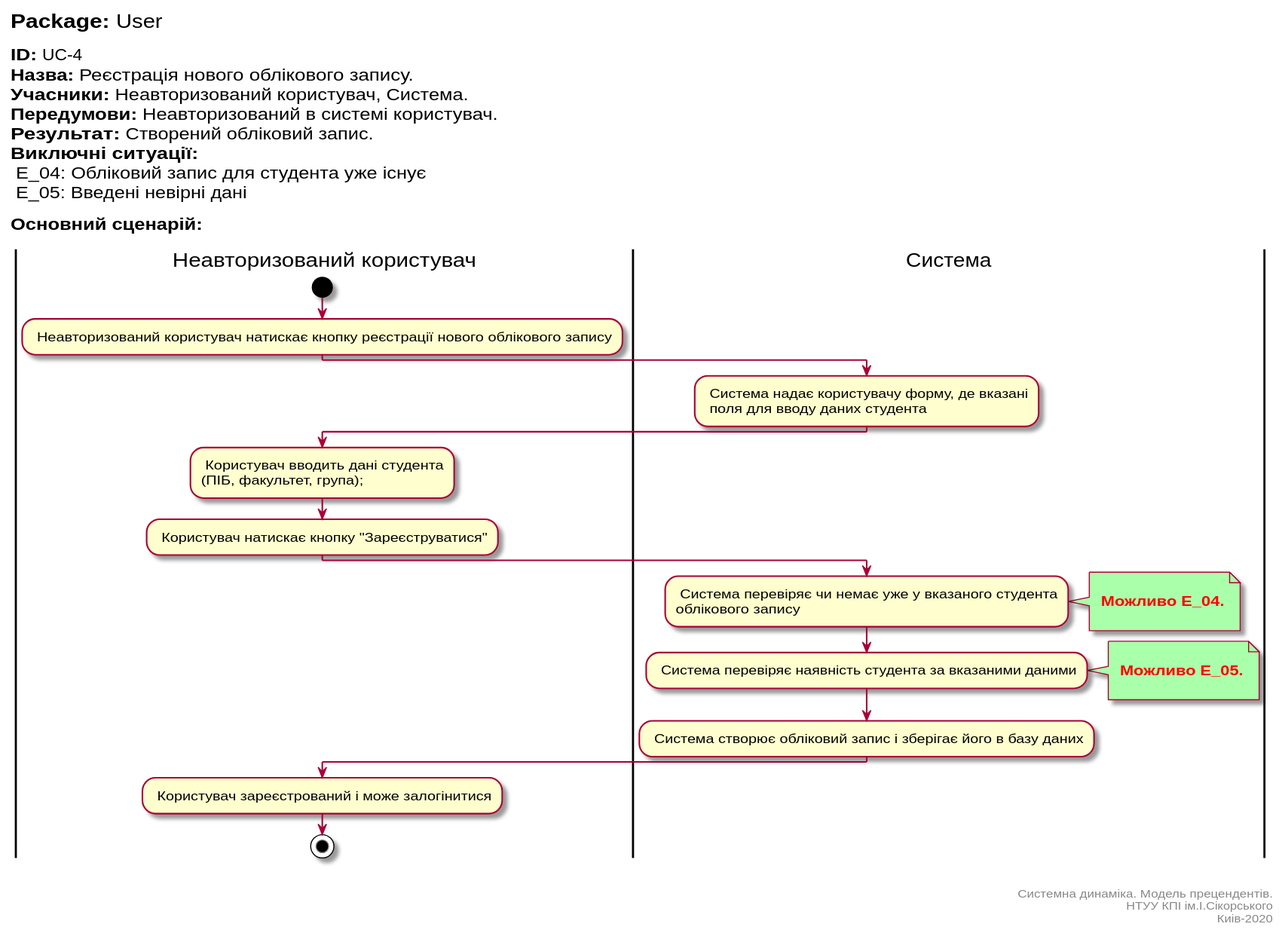
Above: UML_Diagrams/unauthorized_user/UC-4.svg in vladlinu/TeamOne (PlantUML), before the change. Its diagram source:
```plantuml
@startuml
left header
<font color=000 size=18><b>Package:</b> User

<font color=000 size=16><b>ID:</b> UC-4
<font color=000 size=16><b>Назва:</b> Реєстрація нового облікового запису.
<font color=000 size=16><b>Учасники:</b> Неавторизований користувач, Система.
<font color=000 size=16><b>Передумови:</b> Неавторизований в системі користувач.
<font color=000 size=16><b>Результат:</b> Створений обліковий запис.
<font color=000 size=16><b>Виключні ситуації:</b>
<font color=000 size=16> E_04: Обліковий запис для студента уже існує
<font color=000 size=16> E_05: Введені невірні дані

<font color=000 size=16><b>Основний сценарій:</b>

end header

|Неавторизований користувач|
start
: Неавторизований користувач натискає кнопку реєстрації нового облікового запису;

|Система|
: Система надає користувачу форму, де вказані
 поля для вводу даних студента;

|Неавторизований користувач|
: Користувач вводить дані студента
(ПІБ, факультет, група);

: Користувач натискає кнопку "Зареєструватися";

|Система|
: Система перевіряє чи немає уже у вказаного студента
облікового запису;
note right #aaffaa

<font color=red><b> Можливо E_04.

end note
: Система перевіряє наявність студента за вказаними даними;
note right #aaffaa

<font color=red><b> Можливо E_05.

end note

: Система створює обліковий запис і зберігає його в базу даних;

|Неавторизований користувач|

: Користувач зареєстрований і може залогінитися;

stop;

right footer


Системна динаміка. Модель прецендентів.
НТУУ КПІ ім.І.Сікорського
Киів-2020
end footer
@enduml
```
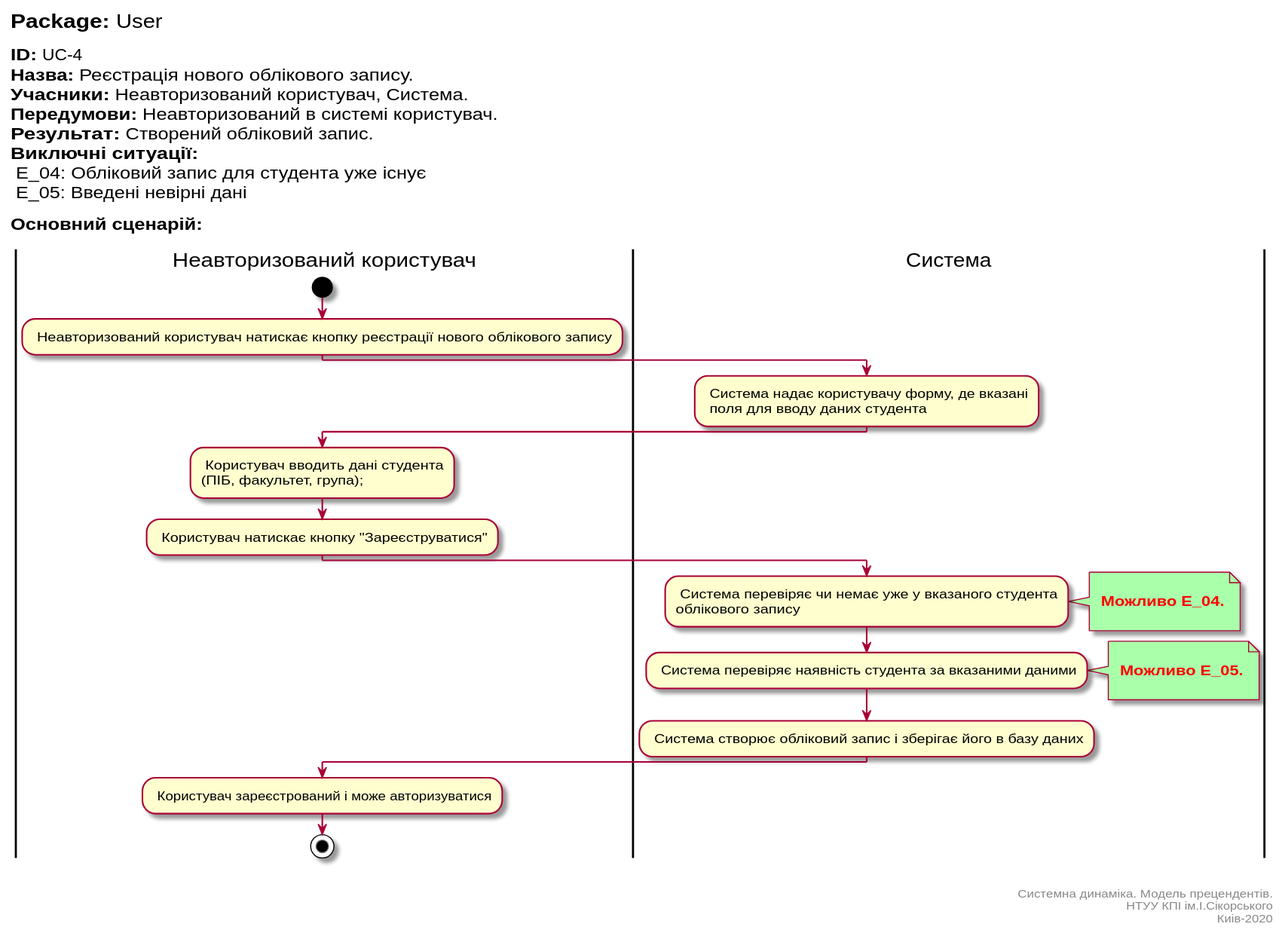
After the change.

Commit message:
Залогінився - авторизувався в svg

Diff of the diagram source:
```diff
@@ -48,7 +48,7 @@
 
 |Неавторизований користувач|
 
-: Користувач зареєстрований і може залогінитися;
+: Користувач зареєстрований і може авторизуватися;
 
 stop;
 
```
